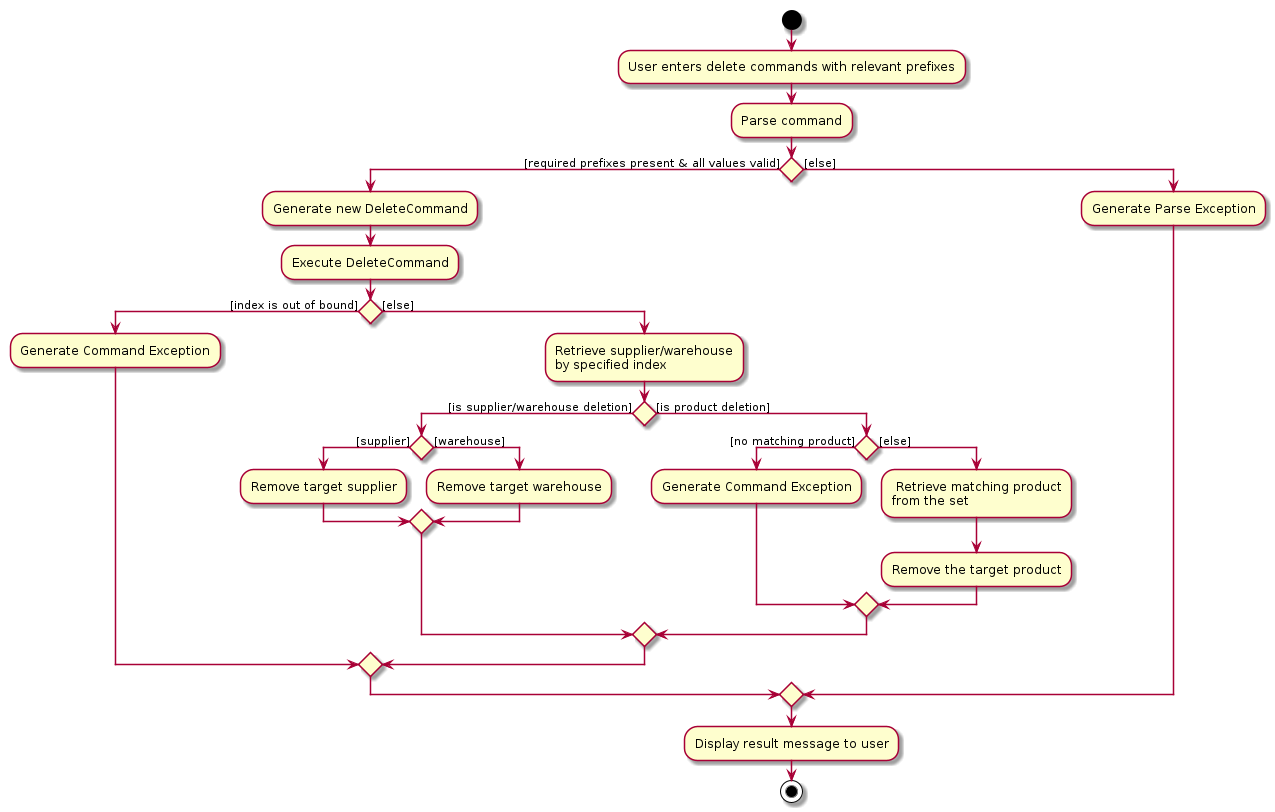
tohyuting/tp keeps this PlantUML diagram as docs/images/DeleteCommandActivityDiagram.png. Above is the earlier version.
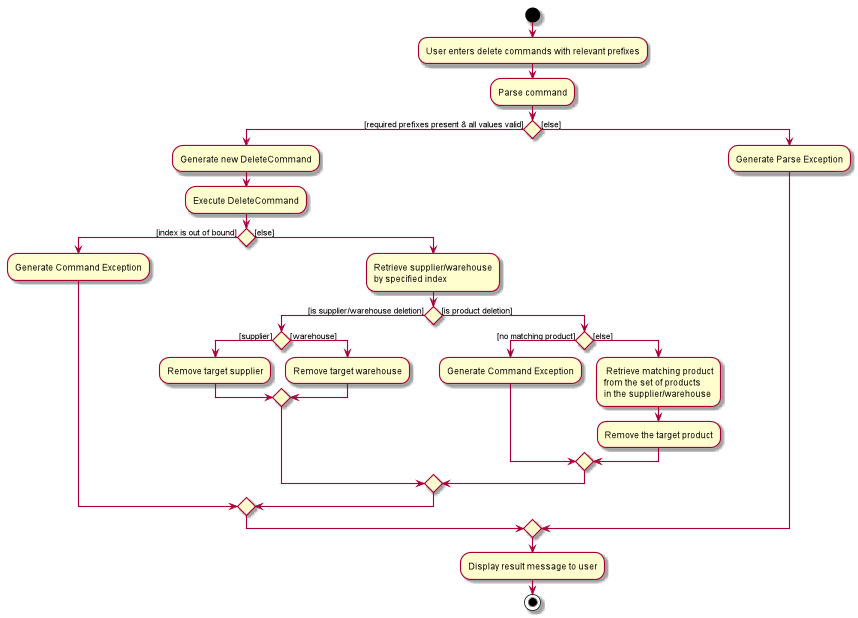
After the change.

The edit, as a diff of the source:
```diff
@@ -24,7 +24,8 @@
                 :Generate Command Exception;
             else ([else])
                 : Retrieve matching product
-                from the set;
+                from the set of products
+                in the supplier/warehouse;
                 :Remove the target product;
             endif
         endif
```
